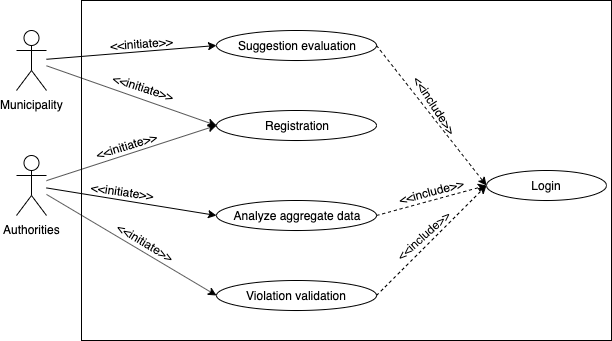
This is Documentation/RASD/Images/UML/UseCaseThirdParty.png from AndreaFalanti/FalantiHuang-SwEngineering2, a draw.io export, as it was before one commit. Source tidied: cells renumbered, new cells last; positions are measured from the earlier drawing's top-left corner, leaving out a move shared by most shapes. Source of this version:
```xml
<mxGraphModel>
  <root>
    <mxCell id="0" />
    <mxCell id="1" parent="0" />
    <mxCell id="2" style="rounded=0;whiteSpace=wrap;html=1;fillColor=none;labelBackgroundColor=none;" parent="1" vertex="1">
      <mxGeometry x="65" width="530" height="340" as="geometry" />
    </mxCell>
    <mxCell id="3" style="rounded=0;jettySize=auto;html=1;entryX=0;entryY=0.5;entryDx=0;entryDy=0;labelBackgroundColor=none;" parent="1" edge="1" source="9" target="11">
      <mxGeometry relative="1" as="geometry" />
    </mxCell>
    <mxCell id="4" value="&amp;lt;&amp;lt;initiate&amp;gt;&amp;gt;" style="text;html=1;align=center;verticalAlign=middle;labelBackgroundColor=none;rotation=343;" parent="3" vertex="1">
      <mxGeometry x="0.08" y="3" relative="1" as="geometry">
        <mxPoint x="-11.5" y="-2.5" as="offset" />
      </mxGeometry>
    </mxCell>
    <mxCell id="5" style="edgeStyle=none;rounded=0;jettySize=auto;html=1;entryX=0;entryY=0.5;entryDx=0;entryDy=0;labelBackgroundColor=none;" parent="1" edge="1" source="9" target="14">
      <mxGeometry relative="1" as="geometry" />
    </mxCell>
    <mxCell id="6" value="&amp;lt;&amp;lt;initiate&amp;gt;&amp;gt;" style="text;html=1;align=center;verticalAlign=middle;labelBackgroundColor=none;rotation=8;" parent="5" vertex="1">
      <mxGeometry x="-0.06" relative="1" as="geometry">
        <mxPoint x="-4" y="-10" as="offset" />
      </mxGeometry>
    </mxCell>
    <mxCell id="7" style="rounded=0;jettySize=auto;html=1;entryX=0;entryY=0.5;entryDx=0;entryDy=0;labelBackgroundColor=none;" parent="1" edge="1" source="9" target="17">
      <mxGeometry relative="1" as="geometry" />
    </mxCell>
    <mxCell id="8" value="&amp;lt;&amp;lt;initiate&amp;gt;&amp;gt;" style="text;html=1;align=center;verticalAlign=middle;labelBackgroundColor=none;rotation=31;" parent="7" vertex="1">
      <mxGeometry x="-0.06" y="2" relative="1" as="geometry">
        <mxPoint x="18" y="2" as="offset" />
      </mxGeometry>
    </mxCell>
    <mxCell id="9" value="Authorities" style="shape=umlActor;verticalLabelPosition=bottom;labelBackgroundColor=none;verticalAlign=top;html=1;outlineConnect=0;" parent="1" vertex="1">
      <mxGeometry y="155" width="30" height="60" as="geometry" />
    </mxCell>
    <mxCell id="10" value="Login" style="ellipse;whiteSpace=wrap;html=1;fillColor=none;labelBackgroundColor=none;" parent="1" vertex="1">
      <mxGeometry x="470" y="170" width="120" height="30" as="geometry" />
    </mxCell>
    <mxCell id="11" value="Registration" style="ellipse;whiteSpace=wrap;html=1;fillColor=none;labelBackgroundColor=none;" parent="1" vertex="1">
      <mxGeometry x="200" y="110" width="160" height="30" as="geometry" />
    </mxCell>
    <mxCell id="12" style="edgeStyle=none;rounded=0;jettySize=auto;html=1;entryX=0;entryY=0.5;entryDx=0;entryDy=0;dashed=1;exitX=1;exitY=0.5;exitDx=0;exitDy=0;labelBackgroundColor=none;" parent="1" edge="1" source="14" target="10">
      <mxGeometry relative="1" as="geometry" />
    </mxCell>
    <mxCell id="13" value="&amp;lt;&amp;lt;include&amp;gt;&amp;gt;" style="text;html=1;align=center;verticalAlign=middle;labelBackgroundColor=none;rotation=345;" parent="12" vertex="1">
      <mxGeometry x="-0.18" y="-3" relative="1" as="geometry">
        <mxPoint x="8.5" y="-15" as="offset" />
      </mxGeometry>
    </mxCell>
    <mxCell id="14" value="Analyze aggregate data" style="ellipse;whiteSpace=wrap;html=1;fillColor=none;labelBackgroundColor=none;" parent="1" vertex="1">
      <mxGeometry x="200" y="200" width="160" height="30" as="geometry" />
    </mxCell>
    <mxCell id="15" style="edgeStyle=none;rounded=0;jettySize=auto;html=1;entryX=0;entryY=0.5;entryDx=0;entryDy=0;dashed=1;exitX=1;exitY=0.5;exitDx=0;exitDy=0;labelBackgroundColor=none;" parent="1" edge="1" source="17" target="10">
      <mxGeometry relative="1" as="geometry" />
    </mxCell>
    <mxCell id="16" value="&amp;lt;&amp;lt;include&amp;gt;&amp;gt;" style="text;html=1;align=center;verticalAlign=middle;labelBackgroundColor=none;rotation=318;" parent="15" vertex="1">
      <mxGeometry x="-0.08" y="2" relative="1" as="geometry">
        <mxPoint x="-3" y="-8" as="offset" />
      </mxGeometry>
    </mxCell>
    <mxCell id="17" value="Violation validation" style="ellipse;whiteSpace=wrap;html=1;fillColor=none;labelBackgroundColor=none;" parent="1" vertex="1">
      <mxGeometry x="200" y="280" width="160" height="30" as="geometry" />
    </mxCell>
    <mxCell id="18" style="edgeStyle=none;rounded=0;jettySize=auto;html=1;entryX=0;entryY=0.5;entryDx=0;entryDy=0;labelBackgroundColor=none;" parent="1" edge="1" source="22" target="11">
      <mxGeometry relative="1" as="geometry" />
    </mxCell>
    <mxCell id="19" value="&amp;lt;&amp;lt;initiate&amp;gt;&amp;gt;" style="text;html=1;align=center;verticalAlign=middle;labelBackgroundColor=none;rotation=18;" parent="18" vertex="1">
      <mxGeometry x="-0.41" relative="1" as="geometry">
        <mxPoint x="47" y="3.5" as="offset" />
      </mxGeometry>
    </mxCell>
    <mxCell id="20" style="edgeStyle=none;rounded=0;jettySize=auto;html=1;entryX=0;entryY=0.5;entryDx=0;entryDy=0;labelBackgroundColor=none;" parent="1" edge="1" source="22" target="27">
      <mxGeometry relative="1" as="geometry" />
    </mxCell>
    <mxCell id="21" value="&amp;lt;&amp;lt;initiate&amp;gt;&amp;gt;" style="text;html=1;align=center;verticalAlign=middle;labelBackgroundColor=none;rotation=356;" parent="20" vertex="1">
      <mxGeometry x="0.07" y="-2" relative="1" as="geometry">
        <mxPoint x="4" y="-10.5" as="offset" />
      </mxGeometry>
    </mxCell>
    <mxCell id="22" value="Municipality" style="shape=umlActor;verticalLabelPosition=bottom;labelBackgroundColor=none;verticalAlign=top;html=1;outlineConnect=0;" parent="1" vertex="1">
      <mxGeometry y="30" width="30" height="60" as="geometry" />
    </mxCell>
    <mxCell id="23" style="edgeStyle=none;rounded=0;orthogonalLoop=1;jettySize=auto;html=1;entryX=1;entryY=0.5;entryDx=0;entryDy=0;labelBackgroundColor=none;" parent="1" edge="1">
      <mxGeometry relative="1" as="geometry">
        <mxPoint x="650" y="116.8" as="sourcePoint" />
      </mxGeometry>
    </mxCell>
    <mxCell id="24" style="edgeStyle=none;rounded=0;jettySize=auto;html=1;entryX=0;entryY=0.5;entryDx=0;entryDy=0;exitX=1;exitY=0.5;exitDx=0;exitDy=0;dashed=1;labelBackgroundColor=none;" parent="1" edge="1" source="27" target="10">
      <mxGeometry relative="1" as="geometry" />
    </mxCell>
    <mxCell id="25" value="&lt;span style=&quot;font-family: helvetica, arial, sans-serif; font-size: 0px;&quot;&gt;%3CmxGraphModel%3E%3Croot%3E%3CmxCell%20id%3D%220%22%2F%3E%3CmxCell%20id%3D%221%22%20parent%3D%220%22%2F%3E%3CmxCell%20id%3D%222%22%20value%3D%22Registration%22%20style%3D%22ellipse%3BwhiteSpace%3Dwrap%3Bhtml%3D1%3BfillColor%3Dnone%3B%22%20vertex%3D%221%22%20parent%3D%221%22%3E%3CmxGeometry%20x%3D%22330%22%20y%3D%22300%22%20width%3D%22150%22%20height%3D%2230%22%20as%3D%22geometry%22%2F%3E%3C%2FmxCell%3E%3C%2Froot%3E%3C%2FmxGraphModel%3E&lt;/span&gt;&lt;span style=&quot;font-family: helvetica, arial, sans-serif; font-size: 0px;&quot;&gt;%3CmxGraphModel%3E%3Croot%3E%3CmxCell%20id%3D%220%22%2F%3E%3CmxCell%20id%3D%221%22%20parent%3D%220%22%2F%3E%3CmxCell%20id%3D%222%22%20value%3D%22Registration%22%20style%3D%22ellipse%3BwhiteSpace%3Dwrap%3Bhtml%3D1%3BfillColor%3Dnone%3B%22%20vertex%3D%221%22%20parent%3D%221%22%3E%3CmxGeometry%20x%3D%22330%22%20y%3D%22300%22%20width%3D%22150%22%20height%3D%2230%22%20as%3D%22geometry%22%2F%3E%3C%2FmxCell%3E%3C%2Froot%3E%3C%2FmxGraphModel%3E&amp;lt;&amp;lt;&lt;/span&gt;" style="text;html=1;align=center;verticalAlign=middle;labelBackgroundColor=none;" parent="24" vertex="1">
      <mxGeometry x="-0.27" y="2" relative="1" as="geometry" />
    </mxCell>
    <mxCell id="26" value="&amp;lt;&amp;lt;include&amp;gt;&amp;gt;" style="text;html=1;align=center;verticalAlign=middle;labelBackgroundColor=none;rotation=57;" parent="24" vertex="1">
      <mxGeometry x="-0.3" y="2" relative="1" as="geometry">
        <mxPoint x="19.5" y="12" as="offset" />
      </mxGeometry>
    </mxCell>
    <mxCell id="27" value="Suggestion evaluation" style="ellipse;whiteSpace=wrap;html=1;fillColor=none;labelBackgroundColor=none;" parent="1" vertex="1">
      <mxGeometry x="200" y="30" width="160" height="30" as="geometry" />
    </mxCell>
  </root>
</mxGraphModel>
```
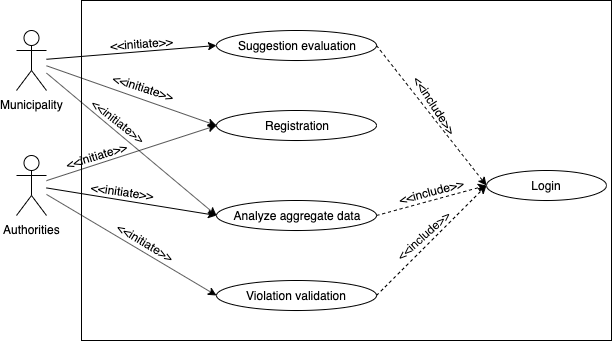
Above is the later version.

Diff of the diagram source:
```diff
@@ -10,7 +10,7 @@
     </mxCell>
     <mxCell id="4" value="&amp;lt;&amp;lt;initiate&amp;gt;&amp;gt;" style="text;html=1;align=center;verticalAlign=middle;labelBackgroundColor=none;rotation=343;" parent="3" vertex="1">
       <mxGeometry x="0.08" y="3" relative="1" as="geometry">
-        <mxPoint x="-11.5" y="-2.5" as="offset" />
+        <mxPoint x="-41.5" y="7.5" as="offset" />
       </mxGeometry>
     </mxCell>
     <mxCell id="5" style="edgeStyle=none;rounded=0;jettySize=auto;html=1;entryX=0;entryY=0.5;entryDx=0;entryDy=0;labelBackgroundColor=none;" parent="1" edge="1" source="9" target="14">
@@ -76,6 +76,9 @@
         <mxPoint x="4" y="-10.5" as="offset" />
       </mxGeometry>
     </mxCell>
+    <mxCell id="28" style="rounded=0;jettySize=auto;html=1;entryX=0;entryY=0.5;entryDx=0;entryDy=0;" parent="1" edge="1" source="22" target="14">
+      <mxGeometry relative="1" as="geometry" />
+    </mxCell>
     <mxCell id="22" value="Municipality" style="shape=umlActor;verticalLabelPosition=bottom;labelBackgroundColor=none;verticalAlign=top;html=1;outlineConnect=0;" parent="1" vertex="1">
       <mxGeometry y="30" width="30" height="60" as="geometry" />
     </mxCell>
@@ -98,5 +101,10 @@
     <mxCell id="27" value="Suggestion evaluation" style="ellipse;whiteSpace=wrap;html=1;fillColor=none;labelBackgroundColor=none;" parent="1" vertex="1">
       <mxGeometry x="200" y="30" width="160" height="30" as="geometry" />
     </mxCell>
+    <mxCell id="29" value="&amp;lt;&amp;lt;initiate&amp;gt;&amp;gt;" style="text;html=1;align=center;verticalAlign=middle;labelBackgroundColor=none;rotation=38;" parent="1" vertex="1">
+      <mxGeometry x="139.8" y="139.9" as="geometry">
+        <mxPoint x="-41.5" y="7.5" as="offset" />
+      </mxGeometry>
+    </mxCell>
   </root>
 </mxGraphModel>
```
